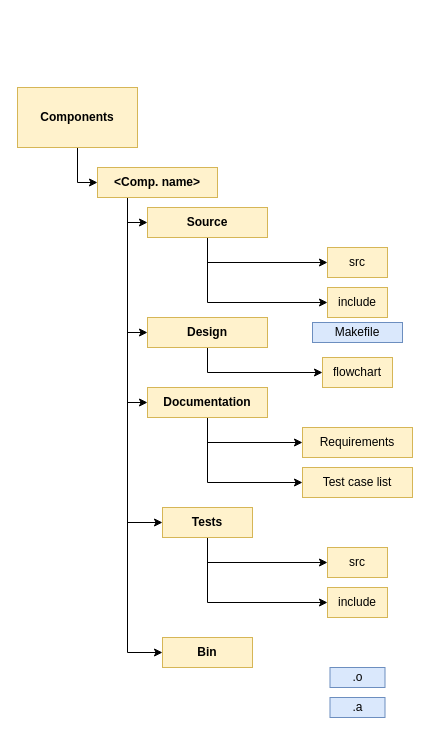
Above: SW Design/Comp_folder_structure.drawio in theQuetzalcoatl/avr-dev (draw.io), before the change. Source tidied: cells renumbered, new cells numbered last; positions are measured from the earlier drawing's top-left corner, leaving out a move shared by most shapes. Both pictures are drawn from the tidied source at 100%, with x=0, y=0 at pixel (17, 87).
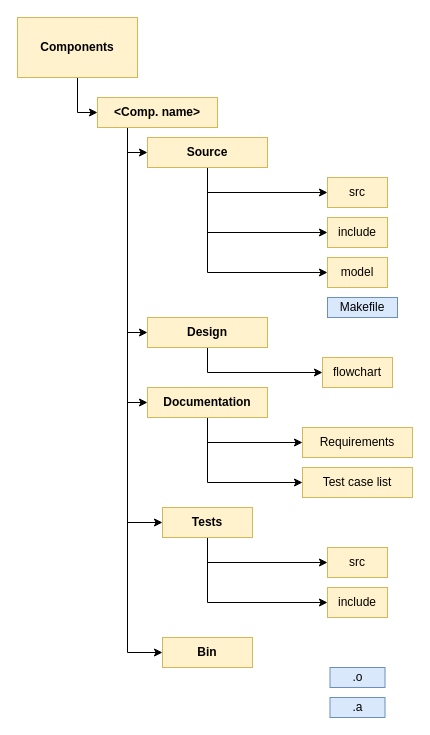
The same page after the edit.

Commit message (it also covers changes not shown here):
- Made 'upload' target in main Makefile a phony - Updated Component folder structure to include 'model' folder - Created HSI.h header file which will contain important information about the HW.

Diff of the diagram source:
```diff
@@
     <mxCell id="3" style="edgeStyle=orthogonalEdgeStyle;rounded=0;jettySize=auto;html=1;exitX=0.5;exitY=1;exitDx=0;exitDy=0;entryX=0;entryY=0.5;entryDx=0;entryDy=0;" parent="1" edge="1" source="4" target="16">
       <mxGeometry relative="1" as="geometry">
         <Array as="points">
-          <mxPoint x="190" y="215" />
+          <mxPoint x="190" y="145" />
         </Array>
       </mxGeometry>
     </mxCell>
+    <mxCell id="32" style="edgeStyle=orthogonalEdgeStyle;rounded=0;jettySize=auto;html=1;exitX=0.5;exitY=1;exitDx=0;exitDy=0;entryX=0;entryY=0.5;entryDx=0;entryDy=0;" parent="1" edge="1" source="4" target="33">
+      <mxGeometry relative="1" as="geometry" />
+    </mxCell>
     <mxCell id="4" value="&lt;span&gt;Source&lt;/span&gt;" style="rounded=0;whiteSpace=wrap;html=1;fillColor=#fff2cc;strokeColor=#d6b656;fontStyle=1;" parent="1" vertex="1">
-      <mxGeometry x="130" y="120" width="120" height="30" as="geometry" />
+      <mxGeometry x="130" y="50" width="120" height="30" as="geometry" />
     </mxCell>
@@
     <mxCell id="6" value="&lt;b&gt;Components&lt;/b&gt;" style="rounded=0;whiteSpace=wrap;html=1;fillColor=#fff2cc;strokeColor=#d6b656;" parent="1" vertex="1">
-      <mxGeometry width="120" height="60" as="geometry" />
+      <mxGeometry y="-70" width="120" height="60" as="geometry" />
     </mxCell>
@@
     <mxCell id="15" value="src" style="rounded=0;whiteSpace=wrap;html=1;fillColor=#fff2cc;strokeColor=#d6b656;" parent="1" vertex="1">
-      <mxGeometry x="310" y="160" width="60" height="30" as="geometry" />
+      <mxGeometry x="310" y="90" width="60" height="30" as="geometry" />
     </mxCell>
     <mxCell id="16" value="include" style="rounded=0;whiteSpace=wrap;html=1;fillColor=#fff2cc;strokeColor=#d6b656;" parent="1" vertex="1">
-      <mxGeometry x="310" y="200" width="60" height="30" as="geometry" />
+      <mxGeometry x="310" y="130" width="60" height="30" as="geometry" />
     </mxCell>
@@
     <mxCell id="22" style="edgeStyle=orthogonalEdgeStyle;rounded=0;jettySize=auto;html=1;exitX=0.25;exitY=1;exitDx=0;exitDy=0;entryX=0;entryY=0.5;entryDx=0;entryDy=0;" parent="1" edge="1" source="27" target="4">
       <mxGeometry relative="1" as="geometry">
         <Array as="points">
-          <mxPoint x="110" y="135" />
+          <mxPoint x="110" y="65" />
         </Array>
       </mxGeometry>
     </mxCell>
@@
     <mxCell id="27" value="&amp;lt;Comp. name&amp;gt;" style="rounded=0;whiteSpace=wrap;html=1;fillColor=#fff2cc;strokeColor=#d6b656;fontStyle=1;" parent="1" vertex="1">
-      <mxGeometry x="80" y="80" width="120" height="30" as="geometry" />
+      <mxGeometry x="80" y="10" width="120" height="30" as="geometry" />
     </mxCell>
@@
     <mxCell id="29" value="Makefile" style="rounded=0;whiteSpace=wrap;html=1;fillColor=#dae8fc;strokeColor=#6c8ebf;" parent="1" vertex="1">
-      <mxGeometry x="295" y="235" width="90" height="20" as="geometry" />
+      <mxGeometry x="310" y="210" width="70" height="20" as="geometry" />
     </mxCell>
@@
+    <mxCell id="33" value="model" style="rounded=0;whiteSpace=wrap;html=1;fillColor=#fff2cc;strokeColor=#d6b656;" parent="1" vertex="1">
+      <mxGeometry x="310" y="170" width="60" height="30" as="geometry" />
+    </mxCell>
```
